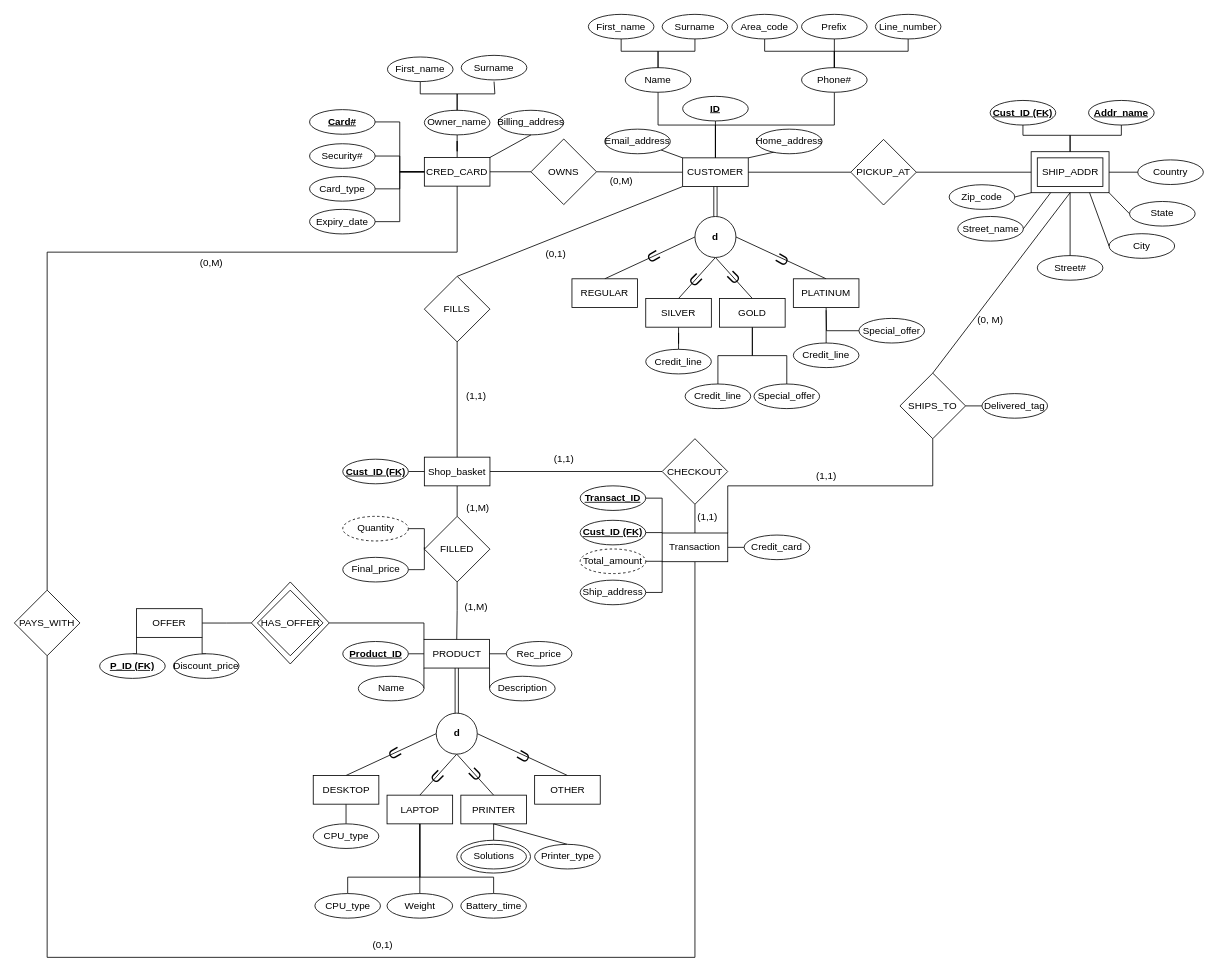
This is Project-Deliverable-1.drawio from RyBres/Database-Project, a draw.io file, before an edit. Source tidied: cells renumbered, new cells numbered last; positions are measured from the earlier drawing's top-left corner, leaving out a move shared by most shapes. Both pictures are drawn from the tidied source at 82%, with x=0, y=0 at pixel (14, 14).
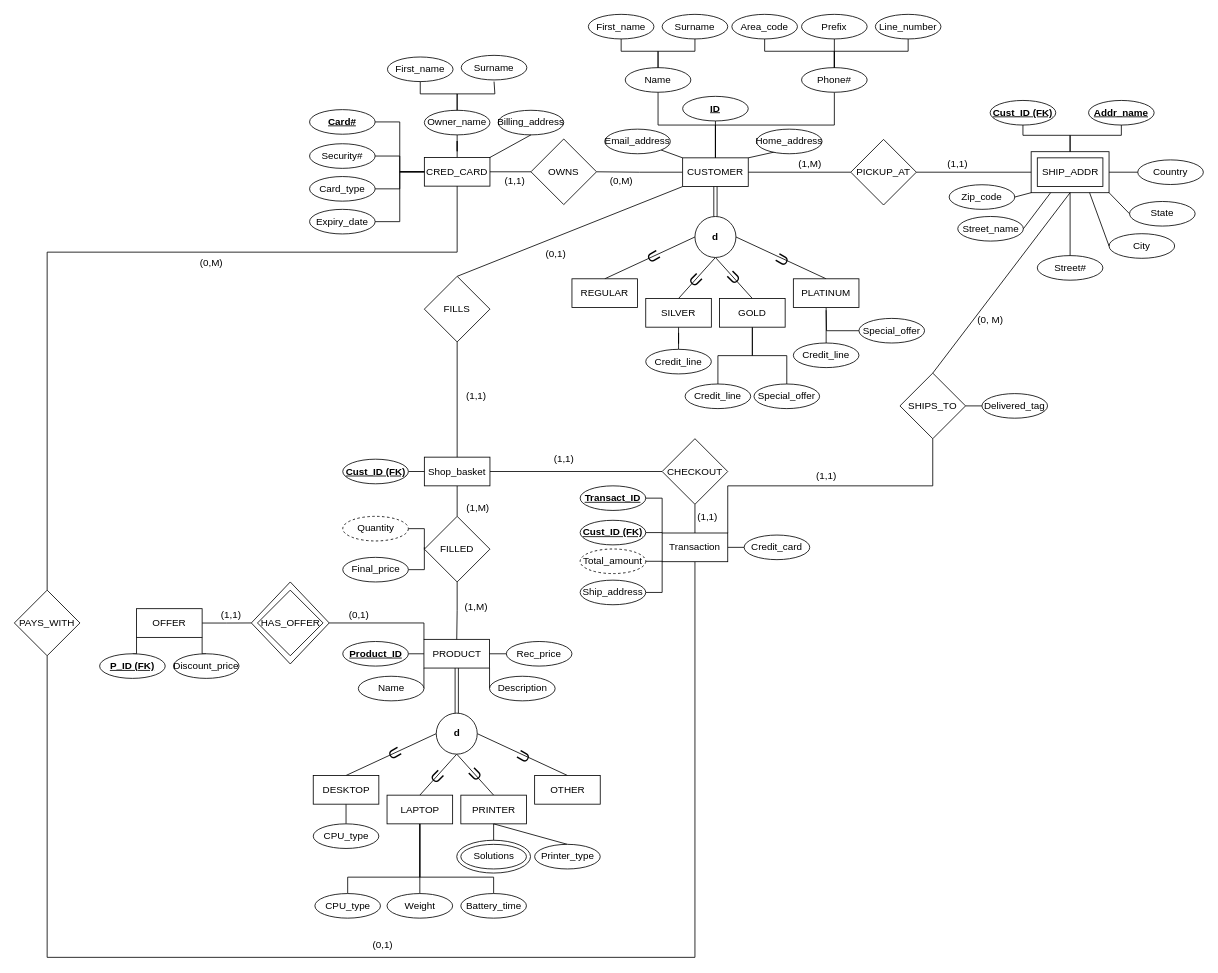
Above is the later version.

Commit message:
Finished cardinality

The edit, as a diff of the source:
```diff
@@
+    <mxCell id="188" value="(1,1)" style="text;html=1;align=center;verticalAlign=middle;strokeColor=none;fillColor=none;" parent="1" vertex="1">
+      <mxGeometry x="585" y="188" width="50" height="30" as="geometry" />
+    </mxCell>
+    <mxCell id="189" value="(0,1)" style="text;html=1;align=center;verticalAlign=middle;strokeColor=none;fillColor=none;" parent="1" vertex="1">
+      <mxGeometry x="395" y="718" width="50" height="30" as="geometry" />
+    </mxCell>
+    <mxCell id="190" value="(1,1)" style="text;html=1;align=center;verticalAlign=middle;strokeColor=none;fillColor=none;" parent="1" vertex="1">
+      <mxGeometry x="239" y="718" width="50" height="30" as="geometry" />
+    </mxCell>
+    <mxCell id="191" value="(1,1)" style="text;html=1;align=center;verticalAlign=middle;strokeColor=none;fillColor=none;" parent="1" vertex="1">
+      <mxGeometry x="1125" y="168" width="50" height="30" as="geometry" />
+    </mxCell>
+    <mxCell id="192" value="(1,M)" style="text;html=1;align=center;verticalAlign=middle;strokeColor=none;fillColor=none;" parent="1" vertex="1">
+      <mxGeometry x="945" y="168" width="50" height="30" as="geometry" />
+    </mxCell>
```
